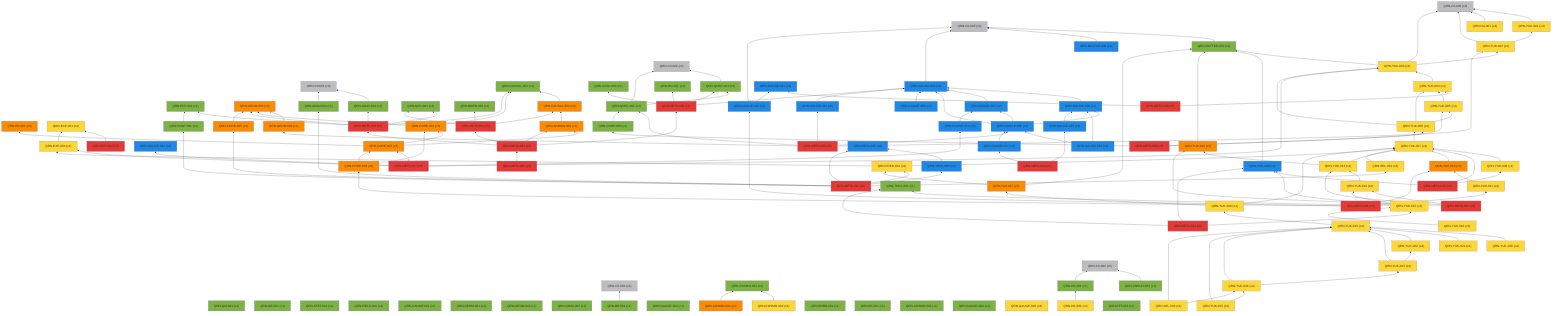
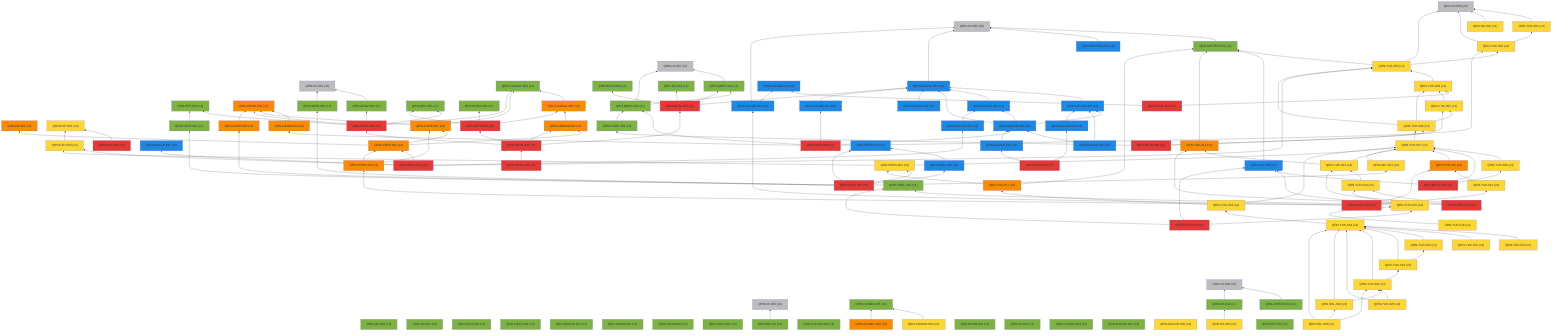
%% 自動生成 (dag/report.pl) — QRN 主張依存グラフ
graph BT
  QRN_C0_001["QRN-C0-001 (c0)"]:::c0
  QRN_C0_002["QRN-C0-002 (c0)"]:::c0
  QRN_C0_003["QRN-C0-003 (c0)"]:::c0
  QRN_C0_004["QRN-C0-004 (c0)"]:::c0
  QRN_C0_005["QRN-C0-005 (c0)"]:::c0
  QRN_C0_006["QRN-C0-006 (c0)"]:::c0
  QRN_QM_001["QRN-QM-001 (c1)"]:::c1
  QRN_GR_001["QRN-GR-001 (c1)"]:::c1
  QRN_STAT_001["QRN-STAT-001 (c1)"]:::c1
  QRN_FIELD_001["QRN-FIELD-001 (c1)"]:::c1
  QRN_GAUGE_001["QRN-GAUGE-001 (c1)"]:::c1
  QRN_ENT_001["QRN-ENT-001 (c1)"]:::c1
  QRN_GEOM_001["QRN-GEOM-001 (c1)"]:::c1
  QRN_GEOM_002["QRN-GEOM-002 (c1)"]:::c1
  QRN_GEOM_003["QRN-GEOM-003 (c3)"]:::c3
  QRN_GRAV_001["QRN-GRAV-001 (c1)"]:::c1
  QRN_GRAV_002["QRN-GRAV-002 (c1)"]:::c1
  QRN_BH_001["QRN-BH-001 (c1)"]:::c1
  QRN_CAUSAL_001["QRN-CAUSAL-001 (c1)"]:::c1
  QRN_CAUSAL_002["QRN-CAUSAL-002 (c3)"]:::c3
  QRN_ER_001["QRN-ER-001 (c3)"]:::c3
  QRN_QEC_001["QRN-QEC-001 (c1)"]:::c1
  QRN_GAUGE_002["QRN-GAUGE-002 (c1)"]:::c1
  QRN_COSMO_001["QRN-COSMO-001 (c1)"]:::c1
  QRN_COSMO_002["QRN-COSMO-002 (c4)"]:::c4
  QRN_COSMO_003["QRN-COSMO-003 (c3)"]:::c3
  QRN_BORN_001["QRN-BORN-001 (c1)"]:::c1
  QRN_BORN_002["QRN-BORN-002 (c1)"]:::c1
  QRN_GRAV_003["QRN-GRAV-003 (c1)"]:::c1
  QRN_KK_001["QRN-KK-001 (c1)"]:::c1
  QRN_MATTER_001["QRN-MATTER-001 (c1)"]:::c1
  QRN_MATTER_002["QRN-MATTER-002 (c2)"]:::c2
  QRN_COSMO_004["QRN-COSMO-004 (c1)"]:::c1
  QRN_EXP_001["QRN-EXP-001 (c4)"]:::c4
  QRN_GAUGE_003["QRN-GAUGE-003 (c2)"]:::c2
  QRN_GAUGE_004["QRN-GAUGE-004 (c1)"]:::c1
  QRN_GAUGE_005["QRN-GAUGE-005 (c4)"]:::c4
  QRN_YUK_001["QRN-YUK-001 (c4)"]:::c4
  QRN_RG_001["QRN-RG-001 (c1)"]:::c1
  QRN_UNRUH_001["QRN-UNRUH-001 (c1)"]:::c1
  QRN_QNEC_001["QRN-QNEC-001 (c1)"]:::c1
  QRN_NU_001["QRN-NU-001 (c4)"]:::c4
  QRN_GAUGE_006["QRN-GAUGE-006 (c2)"]:::c2
  QRN_DS_001["QRN-DS-001 (c1)"]:::c1
  QRN_DS_002["QRN-DS-002 (c4)"]:::c4
  QRN_ARROW_001["QRN-ARROW-001 (c3)"]:::c3
  QRN_GAUGE_007["QRN-GAUGE-007 (c2)"]:::c2
  QRN_EFT_001["QRN-EFT-001 (c1)"]:::c1
  QRN_GAUGE_008["QRN-GAUGE-008 (c2)"]:::c2
  QRN_GAUGE_009["QRN-GAUGE-009 (c2)"]:::c2
  QRN_GAUGE_010["QRN-GAUGE-010 (c2)"]:::c2
  QRN_QNEC_002["QRN-QNEC-002 (c1)"]:::c1
  QRN_GEOM_004["QRN-GEOM-004 (c3)"]:::c3
  QRN_YUK_002["QRN-YUK-002 (c4)"]:::c4
  QRN_EXP_002["QRN-EXP-002 (c5)"]:::c5
  QRN_CORE_001["QRN-CORE-001 (c3)"]:::c3
  QRN_GAUGE_011["QRN-GAUGE-011 (c2)"]:::c2
  QRN_GAUGE_012["QRN-GAUGE-012 (c2)"]:::c2
  QRN_YUK_003["QRN-YUK-003 (c4)"]:::c4
  QRN_EXP_003["QRN-EXP-003 (c4)"]:::c4
  QRN_CORE_002["QRN-CORE-002 (c3)"]:::c3
  QRN_GAUGE_013["QRN-GAUGE-013 (c2)"]:::c2
  QRN_YUK_004["QRN-YUK-004 (c4)"]:::c4
  QRN_GAUGE_014["QRN-GAUGE-014 (c2)"]:::c2
  QRN_META_001["QRN-META-001 (c5)"]:::c5
  QRN_META_002["QRN-META-002 (c5)"]:::c5
  QRN_META_003["QRN-META-003 (c5)"]:::c5
  QRN_META_004["QRN-META-004 (c5)"]:::c5
  QRN_META_005["QRN-META-005 (c5)"]:::c5
  QRN_META_006["QRN-META-006 (c5)"]:::c5
  QRN_META_007["QRN-META-007 (c5)"]:::c5
  QRN_META_008["QRN-META-008 (c5)"]:::c5
  QRN_YUK_005["QRN-YUK-005 (c4)"]:::c4
  QRN_YUK_006["QRN-YUK-006 (c4)"]:::c4
  QRN_CORE_003["QRN-CORE-003 (c1)"]:::c1
  QRN_META_009["QRN-META-009 (c5)"]:::c5
  QRN_YUK_007["QRN-YUK-007 (c4)"]:::c4
  QRN_YUK_008["QRN-YUK-008 (c4)"]:::c4
  QRN_YUK_009["QRN-YUK-009 (c2)"]:::c2
  QRN_META_010["QRN-META-010 (c5)"]:::c5
  QRN_GAUGE_015["QRN-GAUGE-015 (c2)"]:::c2
  QRN_YUK_010["QRN-YUK-010 (c3)"]:::c3
  QRN_YUK_011["QRN-YUK-011 (c4)"]:::c4
  QRN_CORE_004["QRN-CORE-004 (c3)"]:::c3
  QRN_META_011["QRN-META-011 (c5)"]:::c5
  QRN_YUK_012["QRN-YUK-012 (c3)"]:::c3
  QRN_YUK_013["QRN-YUK-013 (c4)"]:::c4
  QRN_YUK_014["QRN-YUK-014 (c4)"]:::c4
  QRN_META_012["QRN-META-012 (c5)"]:::c5
  QRN_TOOL_001["QRN-TOOL-001 (c1)"]:::c1
  QRN_YUK_015["QRN-YUK-015 (c4)"]:::c4
  QRN_META_013["QRN-META-013 (c5)"]:::c5
  QRN_GAUGE_016["QRN-GAUGE-016 (c2)"]:::c2
  QRN_GAUGE_017["QRN-GAUGE-017 (c2)"]:::c2
  QRN_META_014["QRN-META-014 (c5)"]:::c5
  QRN_META_015["QRN-META-015 (c2)"]:::c2
  QRN_TOOL_002["QRN-TOOL-002 (c2)"]:::c2
  QRN_CORE_005["QRN-CORE-005 (c3)"]:::c3
  QRN_CONT_001["QRN-CONT-001 (c1)"]:::c1
  QRN_SEL_001["QRN-SEL-001 (c4)"]:::c4
  QRN_GRAV_004["QRN-GRAV-004 (c1)"]:::c1
  QRN_PRED_001["QRN-PRED-001 (c4)"]:::c4
  QRN_META_016["QRN-META-016 (c5)"]:::c5
  QRN_YUK_016["QRN-YUK-016 (c4)"]:::c4
  QRN_YUK_017["QRN-YUK-017 (c3)"]:::c3
  QRN_YUK_018["QRN-YUK-018 (c4)"]:::c4
  QRN_YUK_019["QRN-YUK-019 (c4)"]:::c4
  QRN_YUK_020["QRN-YUK-020 (c4)"]:::c4
  QRN_YUK_021["QRN-YUK-021 (c4)"]:::c4
  QRN_YUK_022["QRN-YUK-022 (c4)"]:::c4
  QRN_YUK_023["QRN-YUK-023 (c4)"]:::c4
  QRN_YUK_024["QRN-YUK-024 (c4)"]:::c4
  QRN_YUK_025["QRN-YUK-025 (c4)"]:::c4
  QRN_SEL_002["QRN-SEL-002 (c4)"]:::c4
+   QRN_SEL_003["QRN-SEL-003 (c4)"]:::c4
  QRN_GRAV_001 --> QRN_C0_001
  QRN_BH_001 --> QRN_C0_003
  QRN_CAUSAL_002 --> QRN_CAUSAL_001
  QRN_COSMO_002 --> QRN_COSMO_001
  QRN_COSMO_003 --> QRN_COSMO_001
  QRN_MATTER_001 --> QRN_C0_005
  QRN_MATTER_002 --> QRN_C0_005
  QRN_GAUGE_003 --> QRN_C0_005
  QRN_YUK_001 --> QRN_C0_006
  QRN_UNRUH_001 --> QRN_C0_004
  QRN_QNEC_001 --> QRN_C0_002
  QRN_NU_001 --> QRN_C0_006
  QRN_GAUGE_006 --> QRN_GAUGE_003
  QRN_DS_001 --> QRN_C0_004
  QRN_DS_002 --> QRN_DS_001
  QRN_ARROW_001 --> QRN_CAUSAL_002
  QRN_GAUGE_007 --> QRN_GAUGE_003
  QRN_GAUGE_008 --> QRN_GAUGE_003
  QRN_GAUGE_008 --> QRN_GAUGE_006
  QRN_GAUGE_008 --> QRN_GAUGE_007
  QRN_GAUGE_009 --> QRN_GAUGE_003
  QRN_GAUGE_010 --> QRN_GAUGE_006
  QRN_GAUGE_010 --> QRN_GAUGE_008
  QRN_QNEC_002 --> QRN_C0_002
  QRN_QNEC_002 --> QRN_QNEC_001
  QRN_GEOM_004 --> QRN_GEOM_003
  QRN_YUK_002 --> QRN_C0_006
  QRN_YUK_002 --> QRN_YUK_001
  QRN_EXP_002 --> QRN_EXP_001
  QRN_CORE_001 --> QRN_GEOM_003
  QRN_CORE_001 --> QRN_CAUSAL_001
  QRN_GAUGE_011 --> QRN_GAUGE_003
  QRN_YUK_003 --> QRN_C0_006
  QRN_YUK_003 --> QRN_MATTER_001
  QRN_YUK_003 --> QRN_YUK_002
  QRN_EXP_003 --> QRN_EXP_001
  QRN_CORE_002 --> QRN_CORE_001
  QRN_CORE_002 --> QRN_ER_001
  QRN_CORE_002 --> QRN_ARROW_001
  QRN_GAUGE_013 --> QRN_GAUGE_007
  QRN_YUK_004 --> QRN_YUK_003
  QRN_META_001 --> QRN_GEOM_003
  QRN_META_001 --> QRN_GRAV_001
  QRN_META_001 --> QRN_CAUSAL_001
  QRN_META_001 --> QRN_QEC_001
  QRN_META_001 --> QRN_ENT_001
  QRN_META_002 --> QRN_QEC_001
  QRN_META_002 --> QRN_BORN_001
  QRN_META_002 --> QRN_CAUSAL_002
  QRN_META_003 --> QRN_GAUGE_003
  QRN_META_003 --> QRN_RG_001
  QRN_META_003 --> QRN_QNEC_001
  QRN_META_003 --> QRN_GRAV_003
  QRN_META_004 --> QRN_META_001
  QRN_META_004 --> QRN_META_002
  QRN_META_004 --> QRN_META_003
  QRN_META_004 --> QRN_ARROW_001
  QRN_META_005 --> QRN_META_004
  QRN_META_006 --> QRN_GAUGE_008
  QRN_META_006 --> QRN_QNEC_002
  QRN_META_006 --> QRN_GEOM_004
  QRN_META_006 --> QRN_YUK_002
  QRN_META_006 --> QRN_GAUGE_011
  QRN_META_007 --> QRN_GAUGE_012
  QRN_META_007 --> QRN_YUK_003
  QRN_META_007 --> QRN_EXP_003
  QRN_META_007 --> QRN_CORE_002
  QRN_META_007 --> QRN_GAUGE_013
  QRN_META_008 --> QRN_YUK_004
  QRN_META_008 --> QRN_GAUGE_014
  QRN_YUK_005 --> QRN_YUK_004
  QRN_YUK_006 --> QRN_YUK_003
  QRN_YUK_006 --> QRN_YUK_004
  QRN_YUK_006 --> QRN_YUK_005
  QRN_CORE_003 --> QRN_QNEC_002
  QRN_META_009 --> QRN_YUK_005
  QRN_META_009 --> QRN_YUK_006
  QRN_META_009 --> QRN_CORE_003
  QRN_YUK_007 --> QRN_YUK_006
  QRN_YUK_008 --> QRN_YUK_007
  QRN_YUK_009 --> QRN_MATTER_001
  QRN_META_010 --> QRN_YUK_007
  QRN_META_010 --> QRN_YUK_008
  QRN_META_010 --> QRN_YUK_009
  QRN_GAUGE_015 --> QRN_C0_005
  QRN_GAUGE_015 --> QRN_GAUGE_014
  QRN_YUK_010 --> QRN_YUK_007
  QRN_YUK_011 --> QRN_YUK_010
  QRN_CORE_004 --> QRN_CORE_001
  QRN_CORE_004 --> QRN_CORE_002
  QRN_META_011 --> QRN_GAUGE_015
  QRN_META_011 --> QRN_YUK_010
  QRN_META_011 --> QRN_YUK_011
  QRN_META_011 --> QRN_CORE_004
  QRN_YUK_012 --> QRN_MATTER_001
  QRN_YUK_013 --> QRN_YUK_012
  QRN_YUK_013 --> QRN_YUK_007
  QRN_YUK_014 --> QRN_YUK_013
  QRN_META_012 --> QRN_YUK_012
  QRN_META_012 --> QRN_YUK_013
  QRN_META_012 --> QRN_YUK_014
  QRN_YUK_015 --> QRN_YUK_014
  QRN_YUK_015 --> QRN_TOOL_001
  QRN_YUK_015 --> QRN_YUK_009
  QRN_META_013 --> QRN_YUK_015
  QRN_META_013 --> QRN_TOOL_001
  QRN_META_013 --> QRN_YUK_009
  QRN_GAUGE_016 --> QRN_GAUGE_006
  QRN_GAUGE_017 --> QRN_GAUGE_008
  QRN_META_014 --> QRN_GAUGE_016
  QRN_META_014 --> QRN_GAUGE_017
  QRN_TOOL_002 --> QRN_META_015
  QRN_CORE_005 --> QRN_GEOM_003
  QRN_CONT_001 --> QRN_ENT_001
  QRN_SEL_001 --> QRN_YUK_007
  QRN_GRAV_004 --> QRN_C0_001
  QRN_PRED_001 --> QRN_YUK_007
  QRN_PRED_001 --> QRN_EXP_003
  QRN_META_016 --> QRN_META_015
  QRN_META_016 --> QRN_TOOL_002
  QRN_META_016 --> QRN_CORE_005
  QRN_META_016 --> QRN_CONT_001
  QRN_META_016 --> QRN_SEL_001
  QRN_META_016 --> QRN_GRAV_004
  QRN_META_016 --> QRN_PRED_001
  QRN_YUK_016 --> QRN_YUK_015
  QRN_YUK_017 --> QRN_MATTER_001
  QRN_YUK_017 --> QRN_PRED_001
  QRN_YUK_018 --> QRN_YUK_017
  QRN_YUK_018 --> QRN_YUK_007
  QRN_YUK_019 --> QRN_YUK_018
  QRN_YUK_020 --> QRN_YUK_019
  QRN_YUK_021 --> QRN_YUK_019
  QRN_YUK_022 --> QRN_YUK_019
  QRN_YUK_023 --> QRN_YUK_019
  QRN_YUK_023 --> QRN_YUK_022
  QRN_YUK_024 --> QRN_YUK_019
  QRN_YUK_024 --> QRN_YUK_023
  QRN_YUK_025 --> QRN_YUK_019
  QRN_YUK_025 --> QRN_YUK_024
  QRN_SEL_002 --> QRN_YUK_019
  QRN_SEL_002 --> QRN_YUK_024
+   QRN_SEL_003 --> QRN_YUK_019
+   QRN_SEL_003 --> QRN_YUK_024
+   QRN_SEL_003 --> QRN_SEL_002
  classDef c0 fill:#bdbdbd
  classDef c1 fill:#7cb342
  classDef c2 fill:#1e88e5
  classDef c3 fill:#fb8c00
  classDef c4 fill:#fdd835
  classDef c5 fill:#e53935
